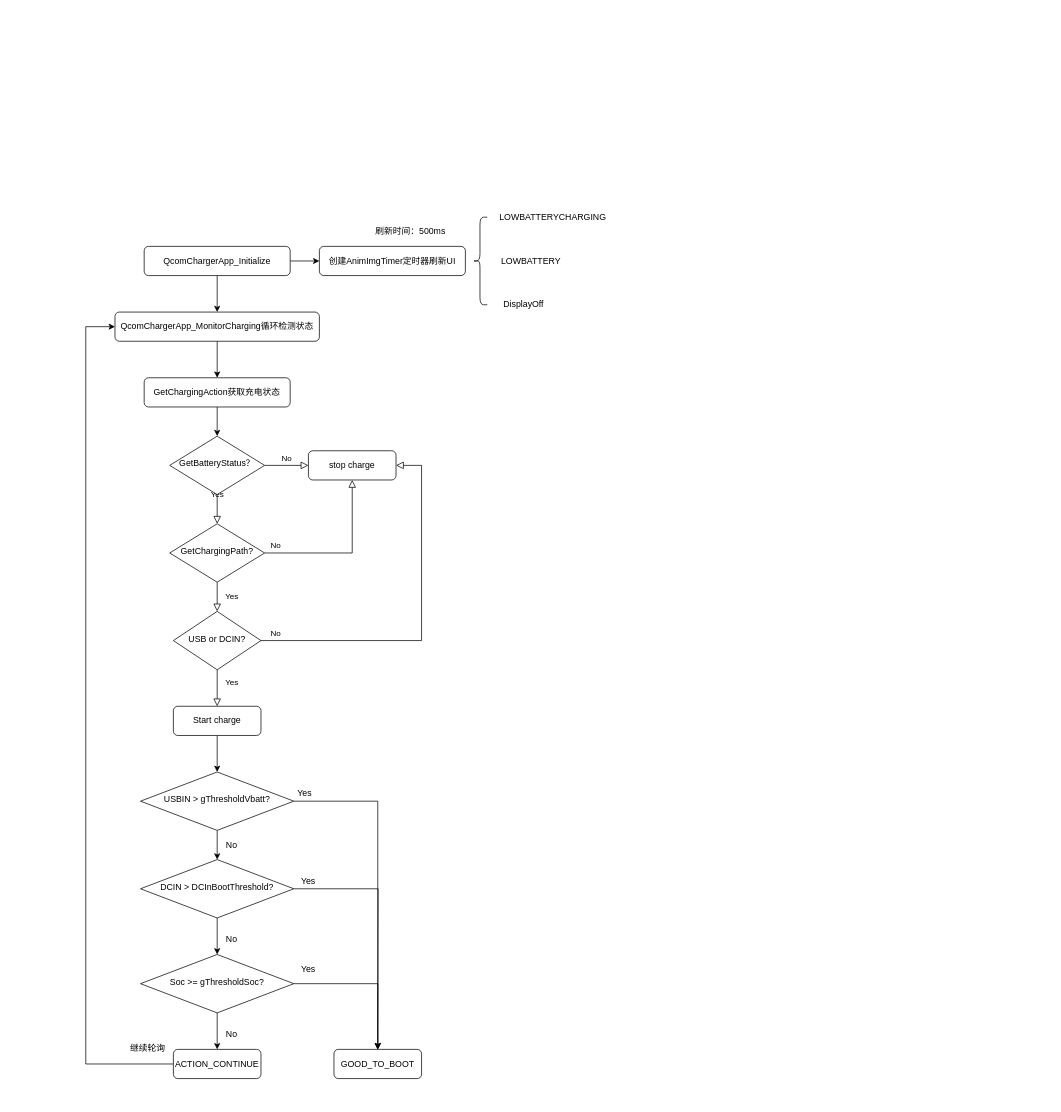
The draw.io diagram src/0001_charger/docs/drawio/qcomChargerApp.drawio in antony20140106/wuguangnan110.github.io, before the edit. Source tidied: cells renumbered, new cells numbered last; positions are measured from the earlier drawing's top-left corner, leaving out a move shared by most shapes. Both pictures are drawn from the tidied source at 73%, with x=0, y=0 at pixel (85, 210).
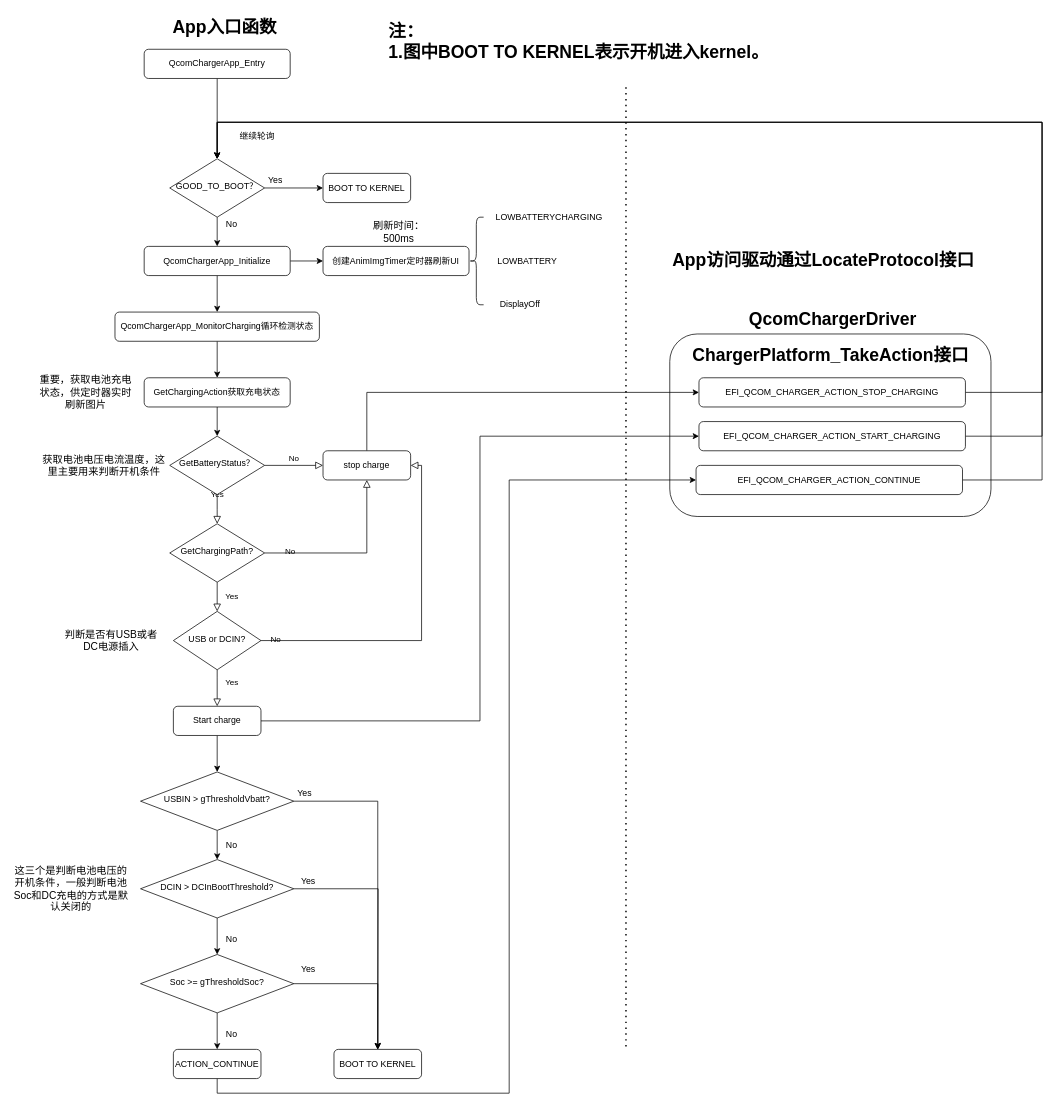
Above is the later version.

The change refers to these unchanged cells:
```xml
<mxCell id="4" value="QcomChargerApp_Initialize" style="rounded=1;whiteSpace=wrap;html=1;fontSize=12;glass=0;strokeWidth=1;shadow=0;" parent="1" vertex="1">
  <mxGeometry x="80" y="50" width="200" height="40" as="geometry" />
</mxCell>
<mxCell id="17" value="QcomChargerApp_MonitorCharging循环检测状态" style="rounded=1;whiteSpace=wrap;html=1;fontSize=12;glass=0;strokeWidth=1;shadow=0;" parent="1" vertex="1">
  <mxGeometry x="40" y="140" width="280" height="40" as="geometry" />
</mxCell>
<mxCell id="28" value="Start charge" style="rounded=1;whiteSpace=wrap;html=1;fontSize=12;glass=0;strokeWidth=1;shadow=0;" parent="1" vertex="1">
  <mxGeometry x="120" y="680" width="120" height="40" as="geometry" />
</mxCell>
<mxCell id="37" value="ACTION_CONTINUE" style="rounded=1;whiteSpace=wrap;html=1;fontSize=12;glass=0;strokeWidth=1;shadow=0;" parent="1" vertex="1">
  <mxGeometry x="120" y="1150" width="120" height="40" as="geometry" />
</mxCell>
```

The edit, as a diff of the source:
```diff
@@
+    <mxCell id="46" style="rounded=1;whiteSpace=wrap;html=1;" parent="1" vertex="1">
+      <mxGeometry x="800" y="170" width="440" height="250" as="geometry" />
+    </mxCell>
@@
     <mxCell id="11" value="创建AnimImgTimer定时器刷新UI" style="rounded=1;whiteSpace=wrap;html=1;fontSize=12;glass=0;strokeWidth=1;shadow=0;" parent="1" vertex="1">
-      <mxGeometry x="320" y="50" width="200" height="40" as="geometry" />
+      <mxGeometry x="325" y="50" width="200" height="40" as="geometry" />
     </mxCell>
     <mxCell id="12" style="shape=curlyBracket;whiteSpace=wrap;html=1;rounded=1;" parent="1" vertex="1">
-      <mxGeometry x="530" y="10" width="20" height="120" as="geometry" />
+      <mxGeometry x="525" y="10" width="20" height="120" as="geometry" />
     </mxCell>
     <mxCell id="13" value="LOWBATTERYCHARGING" style="text;html=1;strokeColor=none;fillColor=none;align=center;verticalAlign=middle;whiteSpace=wrap;rounded=0;" parent="1" vertex="1">
-      <mxGeometry x="620" width="40" height="20" as="geometry" />
+      <mxGeometry x="615" width="40" height="20" as="geometry" />
     </mxCell>
     <mxCell id="14" value="DisplayOff" style="text;html=1;strokeColor=none;fillColor=none;align=center;verticalAlign=middle;whiteSpace=wrap;rounded=0;" parent="1" vertex="1">
-      <mxGeometry x="580" y="120" width="40" height="20" as="geometry" />
+      <mxGeometry x="575" y="120" width="40" height="20" as="geometry" />
     </mxCell>
     <mxCell id="15" value="LOWBATTERY" style="text;html=1;strokeColor=none;fillColor=none;align=center;verticalAlign=middle;whiteSpace=wrap;rounded=0;" parent="1" vertex="1">
-      <mxGeometry x="590" y="60" width="40" height="20" as="geometry" />
+      <mxGeometry x="585" y="60" width="40" height="20" as="geometry" />
     </mxCell>
@@
+    <mxCell id="47" style="edgeStyle=orthogonalEdgeStyle;rounded=0;jettySize=auto;html=1;exitX=0.5;exitY=0;exitDx=0;exitDy=0;entryX=0;entryY=0.5;entryDx=0;entryDy=0;startArrow=none;startFill=0;" parent="1" edge="1" source="23" target="57">
+      <mxGeometry relative="1" as="geometry" />
+    </mxCell>
     <mxCell id="23" value="stop charge" style="rounded=1;whiteSpace=wrap;html=1;fontSize=12;glass=0;strokeWidth=1;shadow=0;" parent="1" vertex="1">
-      <mxGeometry x="305" y="330" width="120" height="40" as="geometry" />
+      <mxGeometry x="325" y="330" width="120" height="40" as="geometry" />
     </mxCell>
@@
+    <mxCell id="48" style="edgeStyle=orthogonalEdgeStyle;rounded=0;jettySize=auto;html=1;exitX=1;exitY=0.5;exitDx=0;exitDy=0;entryX=0;entryY=0.5;entryDx=0;entryDy=0;startArrow=none;startFill=0;" parent="1" edge="1" source="28" target="63">
+      <mxGeometry relative="1" as="geometry" />
+    </mxCell>
@@
-    <mxCell id="35" value="GOOD_TO_BOOT" style="rounded=1;whiteSpace=wrap;html=1;fontSize=12;glass=0;strokeWidth=1;shadow=0;" parent="1" vertex="1">
+    <mxCell id="35" value="BOOT TO KERNEL" style="rounded=1;whiteSpace=wrap;html=1;fontSize=12;glass=0;strokeWidth=1;shadow=0;" parent="1" vertex="1">
       <mxGeometry x="340" y="1150" width="120" height="40" as="geometry" />
     </mxCell>
-    <mxCell id="36" style="edgeStyle=orthogonalEdgeStyle;rounded=0;jettySize=auto;html=1;exitX=0;exitY=0.5;exitDx=0;exitDy=0;entryX=0;entryY=0.5;entryDx=0;entryDy=0;startArrow=none;startFill=0;" parent="1" edge="1" source="37" target="17">
-      <mxGeometry relative="1" as="geometry">
-        <Array as="points">
-          <mxPoint y="1170" />
-          <mxPoint y="160" />
-        </Array>
-      </mxGeometry>
-    </mxCell>
+    <mxCell id="49" style="edgeStyle=orthogonalEdgeStyle;rounded=0;jettySize=auto;html=1;exitX=0.5;exitY=1;exitDx=0;exitDy=0;entryX=0;entryY=0.5;entryDx=0;entryDy=0;startArrow=none;startFill=0;" parent="1" edge="1" source="37" target="65">
+      <mxGeometry relative="1" as="geometry">
+        <Array as="points">
+          <mxPoint x="180" y="1210" />
+          <mxPoint x="580" y="1210" />
+          <mxPoint x="580" y="370" />
+        </Array>
+      </mxGeometry>
+    </mxCell>
@@
     <mxCell id="44" value="继续轮询" style="text;html=1;strokeColor=none;fillColor=none;align=center;verticalAlign=middle;whiteSpace=wrap;rounded=0;" parent="1" vertex="1">
-      <mxGeometry x="60" y="1139" width="50" height="20" as="geometry" />
+      <mxGeometry x="210" y="-110" width="50" height="20" as="geometry" />
     </mxCell>
-    <mxCell id="45" value="刷新时间：500ms" style="text;html=1;strokeColor=none;fillColor=none;align=center;verticalAlign=middle;whiteSpace=wrap;rounded=0;" parent="1" vertex="1">
-      <mxGeometry x="390" y="20" width="110" height="20" as="geometry" />
+    <mxCell id="45" value="&lt;font style=&quot;font-size: 14px&quot;&gt;刷新时间：500ms&lt;/font&gt;" style="text;html=1;strokeColor=none;fillColor=none;align=center;verticalAlign=middle;whiteSpace=wrap;rounded=0;" parent="1" vertex="1">
+      <mxGeometry x="374" y="20" width="110" height="20" as="geometry" />
     </mxCell>
+    <mxCell id="50" style="edgeStyle=orthogonalEdgeStyle;rounded=0;jettySize=auto;html=1;exitX=0.5;exitY=1;exitDx=0;exitDy=0;startArrow=none;startFill=0;" parent="1" edge="1" source="52" target="4">
+      <mxGeometry relative="1" as="geometry" />
+    </mxCell>
+    <mxCell id="51" style="edgeStyle=orthogonalEdgeStyle;rounded=0;jettySize=auto;html=1;exitX=1;exitY=0.5;exitDx=0;exitDy=0;entryX=0;entryY=0.5;entryDx=0;entryDy=0;startArrow=none;startFill=0;" parent="1" edge="1" source="52" target="55">
+      <mxGeometry relative="1" as="geometry" />
+    </mxCell>
+    <mxCell id="52" value="GOOD_TO_BOOT？" style="rhombus;whiteSpace=wrap;html=1;shadow=0;fontFamily=Helvetica;fontSize=12;align=center;strokeWidth=1;spacing=6;spacingTop=-4;" parent="1" vertex="1">
+      <mxGeometry x="115" y="-70" width="130" height="80" as="geometry" />
+    </mxCell>
+    <mxCell id="53" value="No" style="text;html=1;strokeColor=none;fillColor=none;align=center;verticalAlign=middle;whiteSpace=wrap;rounded=0;" parent="1" vertex="1">
+      <mxGeometry x="180" y="10" width="40" height="20" as="geometry" />
+    </mxCell>
+    <mxCell id="54" value="Yes" style="text;html=1;strokeColor=none;fillColor=none;align=center;verticalAlign=middle;whiteSpace=wrap;rounded=0;" parent="1" vertex="1">
+      <mxGeometry x="240" y="-50" width="40" height="20" as="geometry" />
+    </mxCell>
+    <mxCell id="55" value="BOOT TO KERNEL" style="rounded=1;whiteSpace=wrap;html=1;fontSize=12;glass=0;strokeWidth=1;shadow=0;" parent="1" vertex="1">
+      <mxGeometry x="325" y="-50" width="120" height="40" as="geometry" />
+    </mxCell>
+    <mxCell id="56" style="edgeStyle=orthogonalEdgeStyle;rounded=0;jettySize=auto;html=1;exitX=1;exitY=0.5;exitDx=0;exitDy=0;startArrow=none;startFill=0;" parent="1" edge="1" source="57">
+      <mxGeometry relative="1" as="geometry">
+        <mxPoint x="180" y="-70" as="targetPoint" />
+        <Array as="points">
+          <mxPoint x="1310" y="250" />
+          <mxPoint x="1310" y="-120" />
+          <mxPoint x="180" y="-120" />
+        </Array>
+      </mxGeometry>
+    </mxCell>
+    <mxCell id="57" value="EFI_QCOM_CHARGER_ACTION_STOP_CHARGING" style="rounded=1;whiteSpace=wrap;html=1;fontSize=12;glass=0;strokeWidth=1;shadow=0;" parent="1" vertex="1">
+      <mxGeometry x="840" y="230" width="365" height="40" as="geometry" />
+    </mxCell>
+    <mxCell id="58" value="ChargerPlatform_TakeAction接口" style="text;strokeColor=none;fillColor=none;html=1;fontSize=24;fontStyle=1;verticalAlign=middle;align=center;" parent="1" vertex="1">
+      <mxGeometry x="970" y="180" width="100" height="40" as="geometry" />
+    </mxCell>
+    <mxCell id="59" style="endArrow=none;dashed=1;html=1;dashPattern=1 3;strokeWidth=2;" parent="1" edge="1">
+      <mxGeometry relative="1" as="geometry">
+        <mxPoint x="740" y="1146" as="sourcePoint" />
+        <mxPoint x="740" y="-170" as="targetPoint" />
+      </mxGeometry>
+    </mxCell>
+    <mxCell id="60" value="App访问驱动通过LocateProtocol接口" style="text;strokeColor=none;fillColor=none;html=1;fontSize=24;fontStyle=1;verticalAlign=middle;align=center;" parent="1" vertex="1">
+      <mxGeometry x="960" y="50" width="100" height="40" as="geometry" />
+    </mxCell>
+    <mxCell id="61" value="QcomChargerDriver" style="text;strokeColor=none;fillColor=none;html=1;fontSize=24;fontStyle=1;verticalAlign=middle;align=center;" parent="1" vertex="1">
+      <mxGeometry x="973" y="130" width="100" height="40" as="geometry" />
+    </mxCell>
+    <mxCell id="62" style="edgeStyle=orthogonalEdgeStyle;rounded=0;jettySize=auto;html=1;exitX=1;exitY=0.5;exitDx=0;exitDy=0;entryX=0.5;entryY=0;entryDx=0;entryDy=0;startArrow=none;startFill=0;" parent="1" edge="1" source="63" target="52">
+      <mxGeometry relative="1" as="geometry">
+        <Array as="points">
+          <mxPoint x="1310" y="310" />
+          <mxPoint x="1310" y="-120" />
+          <mxPoint x="180" y="-120" />
+        </Array>
+      </mxGeometry>
+    </mxCell>
+    <mxCell id="63" value="EFI_QCOM_CHARGER_ACTION_START_CHARGING" style="rounded=1;whiteSpace=wrap;html=1;fontSize=12;glass=0;strokeWidth=1;shadow=0;" parent="1" vertex="1">
+      <mxGeometry x="840" y="290" width="365" height="40" as="geometry" />
+    </mxCell>
+    <mxCell id="64" style="edgeStyle=orthogonalEdgeStyle;rounded=0;jettySize=auto;html=1;exitX=1;exitY=0.5;exitDx=0;exitDy=0;entryX=0.5;entryY=0;entryDx=0;entryDy=0;startArrow=none;startFill=0;" parent="1" edge="1" source="65" target="52">
+      <mxGeometry relative="1" as="geometry">
+        <Array as="points">
+          <mxPoint x="1310" y="370" />
+          <mxPoint x="1310" y="-120" />
+          <mxPoint x="180" y="-120" />
+        </Array>
+      </mxGeometry>
+    </mxCell>
+    <mxCell id="65" value="EFI_QCOM_CHARGER_ACTION_CONTINUE" style="rounded=1;whiteSpace=wrap;html=1;fontSize=12;glass=0;strokeWidth=1;shadow=0;" parent="1" vertex="1">
+      <mxGeometry x="836" y="350" width="365" height="40" as="geometry" />
+    </mxCell>
+    <mxCell id="66" style="edgeStyle=orthogonalEdgeStyle;rounded=0;jettySize=auto;html=1;exitX=0.5;exitY=1;exitDx=0;exitDy=0;startArrow=none;startFill=0;" parent="1" edge="1" source="67" target="52">
+      <mxGeometry relative="1" as="geometry" />
+    </mxCell>
+    <mxCell id="67" value="QcomChargerApp_Entry" style="rounded=1;whiteSpace=wrap;html=1;fontSize=12;glass=0;strokeWidth=1;shadow=0;" parent="1" vertex="1">
+      <mxGeometry x="80" y="-220" width="200" height="40" as="geometry" />
+    </mxCell>
+    <mxCell id="68" value="App入口函数" style="text;strokeColor=none;fillColor=none;html=1;fontSize=24;fontStyle=1;verticalAlign=middle;align=center;" parent="1" vertex="1">
+      <mxGeometry x="140" y="-270" width="100" height="40" as="geometry" />
+    </mxCell>
+    <mxCell id="69" value="&lt;font style=&quot;font-size: 14px&quot;&gt;获取电池电压电流温度，这里主要用来判断开机条件&lt;/font&gt;" style="text;html=1;strokeColor=none;fillColor=none;align=center;verticalAlign=middle;whiteSpace=wrap;rounded=0;" parent="1" vertex="1">
+      <mxGeometry x="-65" y="340" width="180" height="20" as="geometry" />
+    </mxCell>
+    <mxCell id="70" value="&lt;font style=&quot;font-size: 14px&quot;&gt;判断是否有USB或者DC电源插入&lt;/font&gt;" style="text;html=1;strokeColor=none;fillColor=none;align=center;verticalAlign=middle;whiteSpace=wrap;rounded=0;" parent="1" vertex="1">
+      <mxGeometry x="-30" y="580" width="130" height="20" as="geometry" />
+    </mxCell>
+    <mxCell id="71" value="&lt;font style=&quot;font-size: 14px&quot;&gt;这三个是判断电池电压的开机条件，一般判断电池Soc和DC充电的方式是默认关闭的&lt;/font&gt;" style="text;html=1;strokeColor=none;fillColor=none;align=center;verticalAlign=middle;whiteSpace=wrap;rounded=0;" parent="1" vertex="1">
+      <mxGeometry x="-100" y="920" width="160" height="20" as="geometry" />
+    </mxCell>
+    <mxCell id="72" value="&lt;div style=&quot;text-align: left&quot;&gt;&lt;span&gt;注：&lt;/span&gt;&lt;/div&gt;&lt;font style=&quot;font-size: 24px&quot;&gt;&lt;div style=&quot;text-align: left&quot;&gt;&lt;span&gt;1.图中&lt;/span&gt;&lt;span&gt;BOOT TO KERNEL表示开机进入kernel。&lt;/span&gt;&lt;/div&gt;&lt;/font&gt;" style="text;strokeColor=none;fillColor=none;html=1;fontSize=24;fontStyle=1;verticalAlign=middle;align=center;" parent="1" vertex="1">
+      <mxGeometry x="625" y="-250" width="100" height="40" as="geometry" />
+    </mxCell>
+    <mxCell id="73" value="&lt;font style=&quot;font-size: 14px&quot;&gt;重要，获取电池充电状态，供定时器实时刷新图片&lt;/font&gt;" style="text;html=1;strokeColor=none;fillColor=none;align=center;verticalAlign=middle;whiteSpace=wrap;rounded=0;" parent="1" vertex="1">
+      <mxGeometry x="-70" y="240" width="140" height="20" as="geometry" />
+    </mxCell>
```
